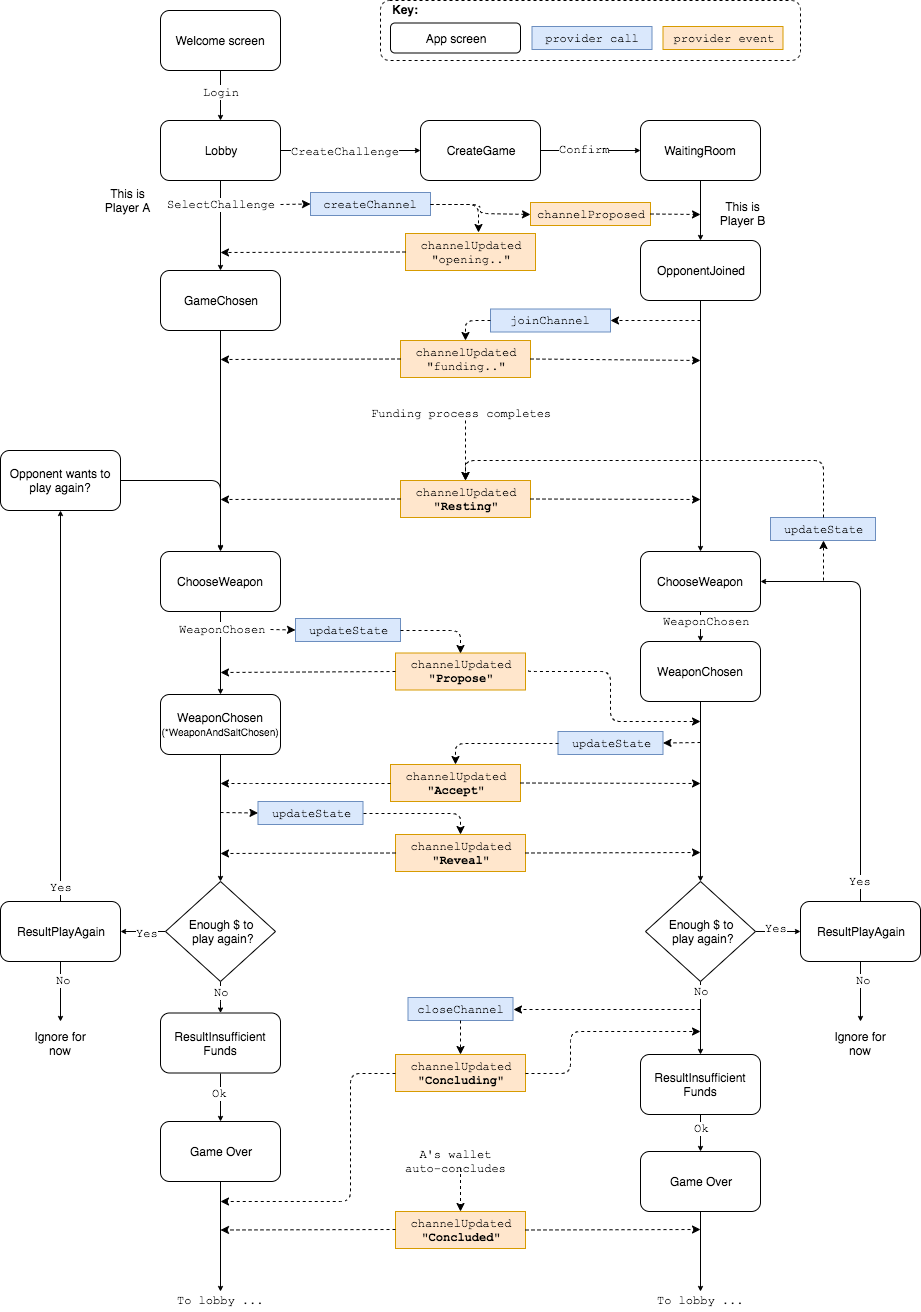
Before: packages/rps/notes/user-workflows-new-api.png, a diagram exported from draw.io (statechannels/statechannels). Source tidied: cells renumbered, new cells last; positions are measured from the earlier drawing's top-left corner, leaving out a move shared by most shapes.
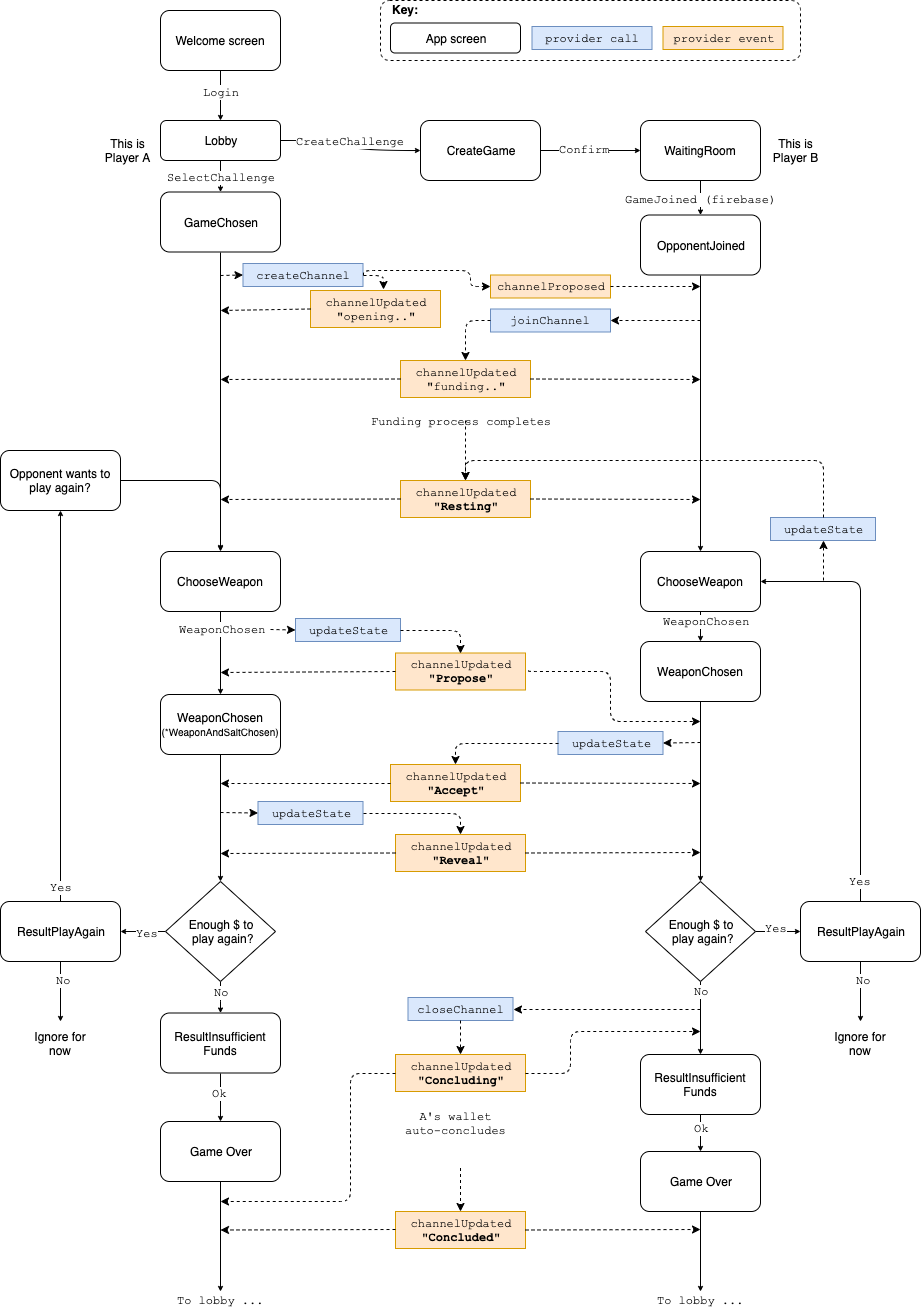
Above is the later version.

Commit message:
Update workflow diagram

What changed in the source:
```diff
@@ -27,12 +27,12 @@
     </mxCell>
     <mxCell id="9" value="SelectChallenge" style="text;html=1;align=center;verticalAlign=middle;labelBackgroundColor=#ffffff;fontFamily=Courier New;" parent="8" vertex="1">
       <mxGeometry x="-0.15" relative="1" as="geometry">
-        <mxPoint y="-15" as="offset" />
+        <mxPoint y="-4" as="offset" />
       </mxGeometry>
     </mxCell>
     <mxCell id="10" value="Funding process completes" style="text;html=1;align=center;verticalAlign=middle;labelBackgroundColor=#ffffff;fontFamily=Courier New;" parent="8" vertex="1">
       <mxGeometry x="-0.15" relative="1" as="geometry">
-        <mxPoint x="240" y="194.5" as="offset" />
+        <mxPoint x="240" y="240" as="offset" />
       </mxGeometry>
     </mxCell>
     <mxCell id="11" value="A's wallet&lt;br&gt;auto-concludes" style="text;html=1;align=center;verticalAlign=middle;labelBackgroundColor=#ffffff;fontFamily=Courier New;" parent="8" vertex="1">
@@ -41,10 +41,10 @@
       </mxGeometry>
     </mxCell>
     <mxCell id="12" value="Lobby" style="rounded=1;whiteSpace=wrap;html=1;fillColor=#ffffff;align=center;strokeColor=#000000;" parent="1" vertex="1">
-      <mxGeometry x="160" y="120" width="120" height="60" as="geometry" />
+      <mxGeometry x="160" y="120" width="120" height="40" as="geometry" />
     </mxCell>
     <mxCell id="13" value="GameChosen" style="rounded=1;whiteSpace=wrap;html=1;fillColor=#ffffff;align=center;strokeColor=#000000;" parent="1" vertex="1">
-      <mxGeometry x="160" y="270" width="120" height="60" as="geometry" />
+      <mxGeometry x="160" y="191.5" width="120" height="60" as="geometry" />
     </mxCell>
     <mxCell id="14" style="edgeStyle=orthogonalEdgeStyle;curved=1;rounded=0;html=1;startArrow=none;startFill=0;startSize=1;endArrow=classic;endFill=1;endSize=3;jettySize=auto;strokeColor=#000000;strokeWidth=1;fontFamily=Courier New;exitX=0.5;exitY=1;exitDx=0;exitDy=0;" parent="1" edge="1" source="13" target="17">
       <mxGeometry relative="1" as="geometry" />
@@ -91,7 +91,7 @@
       <mxGeometry x="640" y="120" width="120" height="60" as="geometry" />
     </mxCell>
     <mxCell id="28" value="OpponentJoined" style="rounded=1;whiteSpace=wrap;html=1;fillColor=#ffffff;align=center;strokeColor=#000000;" parent="1" vertex="1">
-      <mxGeometry x="640" y="240" width="120" height="60" as="geometry" />
+      <mxGeometry x="640" y="214.5" width="120" height="60" as="geometry" />
     </mxCell>
     <mxCell id="29" style="edgeStyle=orthogonalEdgeStyle;curved=1;rounded=0;html=1;startArrow=none;startFill=0;startSize=1;endArrow=classic;endFill=1;endSize=3;jettySize=auto;strokeColor=#000000;strokeWidth=1;fontFamily=Courier New;exitX=0.5;exitY=1;exitDx=0;exitDy=0;" parent="1" edge="1" source="28" target="32">
       <mxGeometry relative="1" as="geometry" />
@@ -220,16 +220,16 @@
       <mxGeometry x="390" width="40" height="20" as="geometry" />
     </mxCell>
     <mxCell id="65" value="This is Player A" style="text;html=1;strokeColor=none;fillColor=none;align=center;verticalAlign=middle;whiteSpace=wrap;rounded=0;fontFamily=Helvetica;" parent="1" vertex="1">
-      <mxGeometry x="100" y="190" width="55" height="20" as="geometry" />
+      <mxGeometry x="100" y="140" width="55" height="20" as="geometry" />
     </mxCell>
     <mxCell id="66" value="This is Player B" style="text;html=1;strokeColor=none;fillColor=none;align=center;verticalAlign=middle;whiteSpace=wrap;rounded=0;fontFamily=Helvetica;" parent="1" vertex="1">
-      <mxGeometry x="715" y="203" width="55" height="20" as="geometry" />
+      <mxGeometry x="767.5" y="140" width="55" height="20" as="geometry" />
     </mxCell>
     <mxCell id="67" value="createChannel" style="rounded=0;whiteSpace=wrap;html=1;fontFamily=Courier New;fillColor=#dae8fc;strokeColor=#6c8ebf;" parent="1" vertex="1">
-      <mxGeometry x="310" y="192" width="120" height="23" as="geometry" />
+      <mxGeometry x="242.5" y="263" width="120" height="23" as="geometry" />
     </mxCell>
     <mxCell id="68" value="channelProposed" style="rounded=0;whiteSpace=wrap;html=1;fontFamily=Courier New;fillColor=#ffe6cc;strokeColor=#d79b00;" parent="1" vertex="1">
-      <mxGeometry x="530" y="202" width="120" height="23" as="geometry" />
+      <mxGeometry x="490" y="274.5" width="120" height="23" as="geometry" />
     </mxCell>
     <mxCell id="69" value="provider call" style="rounded=0;whiteSpace=wrap;html=1;fontFamily=Courier New;fillColor=#dae8fc;strokeColor=#6c8ebf;" parent="1" vertex="1">
       <mxGeometry x="531.5" y="26" width="120" height="23" as="geometry" />
@@ -239,12 +239,12 @@
     </mxCell>
     <mxCell id="71" style="endArrow=classic;dashed=1;html=1;strokeColor=#000000;strokeWidth=1;fontFamily=Courier New;endFill=1;entryX=0;entryY=0.5;entryDx=0;entryDy=0;" parent="1" edge="1" target="67">
       <mxGeometry relative="1" as="geometry">
-        <mxPoint x="280" y="204" as="sourcePoint" />
+        <mxPoint x="220" y="275" as="sourcePoint" />
       </mxGeometry>
     </mxCell>
     <mxCell id="72" style="endArrow=classic;dashed=1;html=1;strokeColor=#000000;strokeWidth=1;fontFamily=Courier New;endFill=1;exitX=1;exitY=0.5;exitDx=0;exitDy=0;" parent="1" edge="1" source="68">
       <mxGeometry relative="1" as="geometry">
-        <mxPoint x="700" y="214" as="targetPoint" />
+        <mxPoint x="700" y="286" as="targetPoint" />
       </mxGeometry>
     </mxCell>
     <mxCell id="73" value="joinChannel" style="rounded=0;whiteSpace=wrap;html=1;fontFamily=Courier New;fillColor=#dae8fc;strokeColor=#6c8ebf;" parent="1" vertex="1">
@@ -256,11 +256,11 @@
       </mxGeometry>
     </mxCell>
     <mxCell id="75" value="channelUpdated&lt;br&gt;&quot;funding..&quot;" style="rounded=0;whiteSpace=wrap;html=1;fontFamily=Courier New;fillColor=#ffe6cc;strokeColor=#d79b00;" parent="1" vertex="1">
-      <mxGeometry x="400" y="340" width="130" height="37" as="geometry" />
+      <mxGeometry x="400" y="360" width="130" height="37" as="geometry" />
     </mxCell>
     <mxCell id="76" style="endArrow=classic;dashed=1;html=1;strokeColor=#000000;strokeWidth=1;fontFamily=Courier New;endFill=1;exitX=0;exitY=0.5;exitDx=0;exitDy=0;" parent="1" edge="1" source="75">
       <mxGeometry relative="1" as="geometry">
-        <mxPoint x="220" y="359" as="targetPoint" />
+        <mxPoint x="220" y="379" as="targetPoint" />
       </mxGeometry>
     </mxCell>
     <mxCell id="77" value="channelUpdated&lt;br&gt;&quot;&lt;b&gt;Resting&lt;/b&gt;&quot;" style="rounded=0;whiteSpace=wrap;html=1;fontFamily=Courier New;fillColor=#ffe6cc;strokeColor=#d79b00;" parent="1" vertex="1">
@@ -352,9 +352,10 @@
         <mxPoint x="220" y="853" as="targetPoint" />
       </mxGeometry>
     </mxCell>
-    <mxCell id="97" style="endArrow=classic;dashed=1;html=1;strokeColor=#000000;strokeWidth=1;fontFamily=Courier New;endFill=1;exitX=1;exitY=0.5;exitDx=0;exitDy=0;" parent="1" edge="1" source="75">
+    <mxCell id="97" style="endArrow=classic;dashed=1;html=1;strokeColor=#000000;strokeWidth=1;fontFamily=Courier New;endFill=1;exitX=1;exitY=0.5;exitDx=0;exitDy=0;" parent="1" edge="1">
       <mxGeometry relative="1" as="geometry">
-        <mxPoint x="700" y="360" as="targetPoint" />
+        <mxPoint x="530" y="378.5" as="sourcePoint" />
+        <mxPoint x="700" y="379" as="targetPoint" />
       </mxGeometry>
     </mxCell>
     <mxCell id="98" style="endArrow=classic;dashed=1;html=1;strokeColor=#000000;strokeWidth=1;fontFamily=Courier New;endFill=1;entryX=0.5;entryY=0;entryDx=0;entryDy=0;exitX=0;exitY=0.5;exitDx=0;exitDy=0;edgeStyle=orthogonalEdgeStyle;" parent="1" edge="1" source="73" target="75">
@@ -366,13 +367,14 @@
       </mxGeometry>
     </mxCell>
     <mxCell id="100" value="channelUpdated&lt;br&gt;&quot;opening..&quot;" style="rounded=0;whiteSpace=wrap;html=1;fontFamily=Courier New;fillColor=#ffe6cc;strokeColor=#d79b00;" parent="1" vertex="1">
-      <mxGeometry x="405" y="233" width="130" height="37" as="geometry" />
+      <mxGeometry x="310" y="290" width="130" height="37" as="geometry" />
     </mxCell>
     <mxCell id="101" style="endArrow=classic;dashed=1;html=1;strokeColor=#000000;strokeWidth=1;fontFamily=Courier New;endFill=1;entryX=0;entryY=0.5;entryDx=0;entryDy=0;exitX=1;exitY=0.5;exitDx=0;exitDy=0;edgeStyle=orthogonalEdgeStyle;" parent="1" edge="1" source="67" target="68">
       <mxGeometry relative="1" as="geometry">
         <Array as="points">
-          <mxPoint x="480" y="204" />
-          <mxPoint x="480" y="213" />
+          <mxPoint x="363" y="270" />
+          <mxPoint x="470" y="270" />
+          <mxPoint x="470" y="286" />
         </Array>
       </mxGeometry>
     </mxCell>
@@ -381,7 +383,7 @@
     </mxCell>
     <mxCell id="103" style="endArrow=classic;dashed=1;html=1;strokeColor=#000000;strokeWidth=1;fontFamily=Courier New;endFill=1;exitX=0;exitY=0.5;exitDx=0;exitDy=0;" parent="1" edge="1" source="100">
       <mxGeometry relative="1" as="geometry">
-        <mxPoint x="220" y="252" as="targetPoint" />
+        <mxPoint x="220" y="310" as="targetPoint" />
       </mxGeometry>
     </mxCell>
     <mxCell id="104" value="updateState" style="rounded=0;whiteSpace=wrap;html=1;fontFamily=Courier New;fillColor=#dae8fc;strokeColor=#6c8ebf;" parent="1" vertex="1">
@@ -484,5 +486,10 @@
     <mxCell id="123" value="Opponent wants to play again?" style="rounded=1;whiteSpace=wrap;html=1;fillColor=#ffffff;align=center;strokeColor=#000000;" parent="1" vertex="1">
       <mxGeometry y="450" width="120" height="60" as="geometry" />
     </mxCell>
+    <mxCell id="124" value="GameJoined (firebase)" style="text;html=1;align=center;verticalAlign=middle;labelBackgroundColor=#ffffff;fontFamily=Courier New;" parent="1" vertex="1">
+      <mxGeometry x="700" y="202" as="geometry">
+        <mxPoint y="-4" as="offset" />
+      </mxGeometry>
+    </mxCell>
   </root>
 </mxGraphModel>
```
